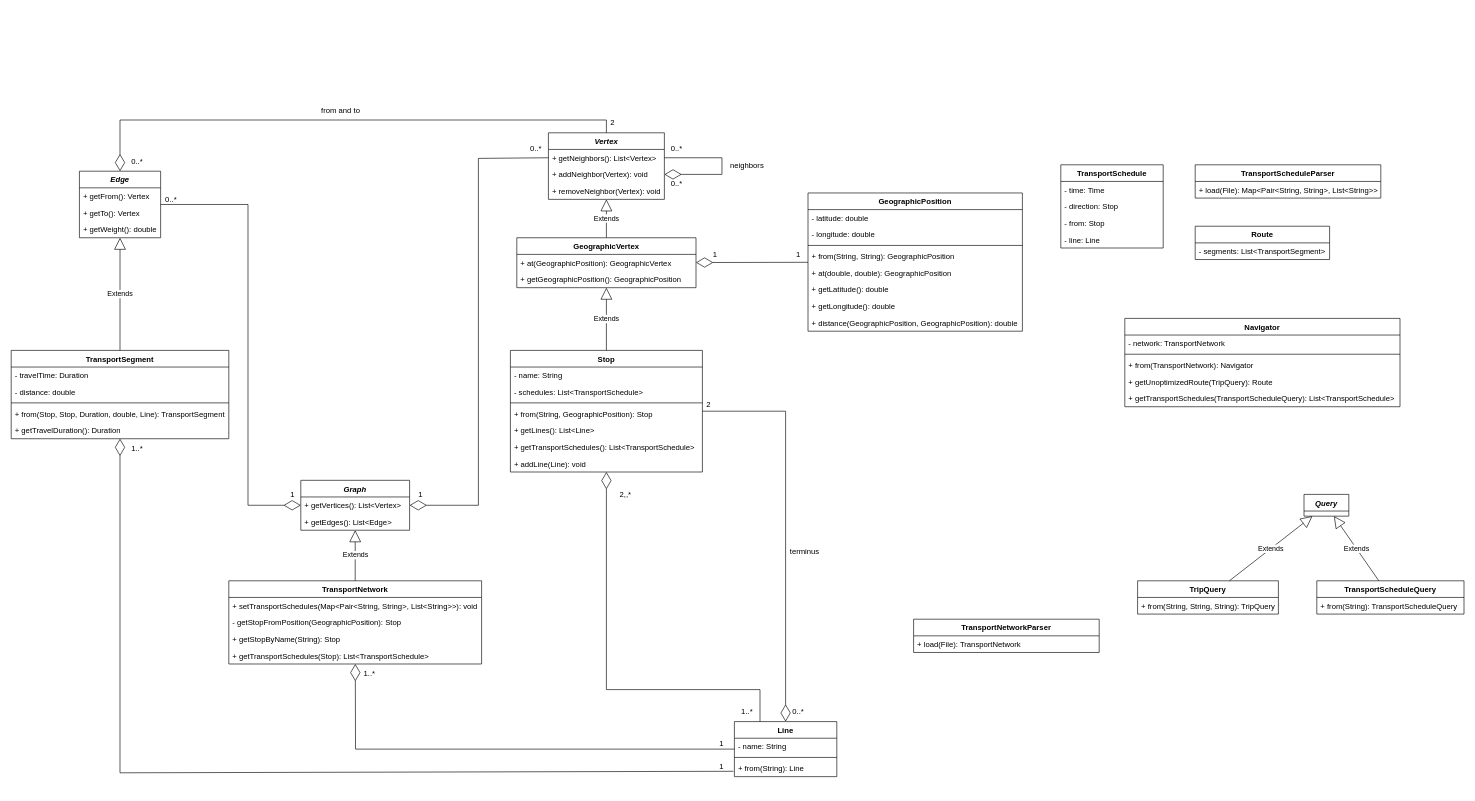
The draw.io diagram diagrams/model.drawio in adrian-heouairi/MoriaMap, before the edit. Source tidied: cells renumbered, new cells numbered last; positions are measured from the earlier drawing's top-left corner, leaving out a move shared by most shapes. Both pictures are drawn from the tidied source at 64%, with x=0, y=0 at pixel (11, 100).
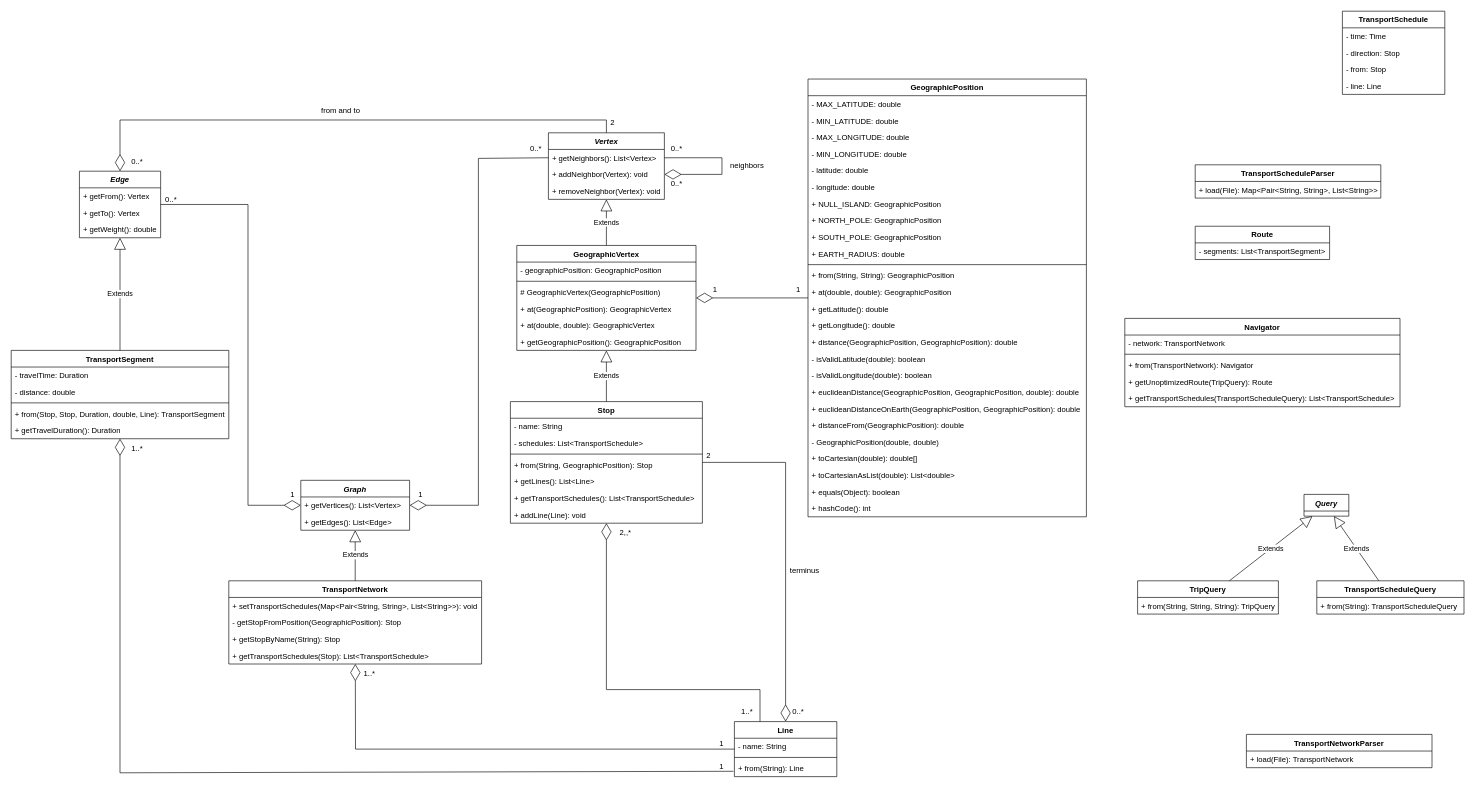
The same page after the edit.

Commit message (it also covers changes not shown here):
Implemented GeographicVertex class. Added parameter verification to add neighbor method in Vertex.

The change refers to these unchanged cells:
```xml
<mxCell id="67" value="Line" style="swimlane;fontStyle=1;align=center;verticalAlign=top;horizontal=1;startSize=26;" parent="1" vertex="1">
  <mxGeometry x="1130" y="970" width="160" height="86" as="geometry" />
</mxCell>
```

Change to the diagram source:
```diff
@@
     <mxCell id="13" value="TransportSchedule" style="swimlane;fontStyle=1;align=center;verticalAlign=top;horizontal=1;startSize=26;" parent="1" vertex="1">
-      <mxGeometry x="1640" y="100" width="160" height="130" as="geometry" />
+      <mxGeometry x="2080" y="-140" width="160" height="130" as="geometry" />
     </mxCell>
@@
     <mxCell id="18" value="Stop" style="swimlane;fontStyle=1;align=center;verticalAlign=top;horizontal=1;startSize=26;" parent="1" vertex="1">
-      <mxGeometry x="780" y="390" width="300" height="190" as="geometry" />
+      <mxGeometry x="780" y="470" width="300" height="190" as="geometry" />
     </mxCell>
@@
     <mxCell id="31" value="GeographicPosition" style="swimlane;fontStyle=1;align=center;verticalAlign=top;horizontal=1;startSize=26;" parent="1" vertex="1">
-      <mxGeometry x="1245" y="144" width="335" height="216" as="geometry" />
+      <mxGeometry x="1245" y="-34" width="435" height="684" as="geometry" />
     </mxCell>
+    <mxCell id="106" value="- MAX_LATITUDE: double" style="text;strokeColor=none;fillColor=none;align=left;verticalAlign=top;spacingLeft=4;spacingRight=4;overflow=hidden;" parent="31" vertex="1">
+      <mxGeometry y="26" width="435" height="26" as="geometry" />
+    </mxCell>
+    <mxCell id="107" value="- MIN_LATITUDE: double" style="text;strokeColor=none;fillColor=none;align=left;verticalAlign=top;spacingLeft=4;spacingRight=4;overflow=hidden;" parent="31" vertex="1">
+      <mxGeometry y="52" width="435" height="26" as="geometry" />
+    </mxCell>
+    <mxCell id="108" value="- MAX_LONGITUDE: double" style="text;strokeColor=none;fillColor=none;align=left;verticalAlign=top;spacingLeft=4;spacingRight=4;overflow=hidden;" parent="31" vertex="1">
+      <mxGeometry y="78" width="435" height="26" as="geometry" />
+    </mxCell>
+    <mxCell id="109" value="- MIN_LONGITUDE: double" style="text;strokeColor=none;fillColor=none;align=left;verticalAlign=top;spacingLeft=4;spacingRight=4;overflow=hidden;" parent="31" vertex="1">
+      <mxGeometry y="104" width="435" height="26" as="geometry" />
+    </mxCell>
     <mxCell id="32" value="- latitude: double" style="text;strokeColor=none;fillColor=none;align=left;verticalAlign=top;spacingLeft=4;spacingRight=4;overflow=hidden;" parent="31" vertex="1">
-      <mxGeometry y="26" width="335" height="26" as="geometry" />
+      <mxGeometry y="130" width="435" height="26" as="geometry" />
     </mxCell>
     <mxCell id="33" value="- longitude: double" style="text;strokeColor=none;fillColor=none;align=left;verticalAlign=top;spacingLeft=4;spacingRight=4;overflow=hidden;" parent="31" vertex="1">
-      <mxGeometry y="52" width="335" height="26" as="geometry" />
+      <mxGeometry y="156" width="435" height="26" as="geometry" />
     </mxCell>
+    <mxCell id="110" value="+ NULL_ISLAND: GeographicPosition" style="text;strokeColor=none;fillColor=none;align=left;verticalAlign=top;spacingLeft=4;spacingRight=4;overflow=hidden;" parent="31" vertex="1">
+      <mxGeometry y="182" width="435" height="26" as="geometry" />
+    </mxCell>
+    <mxCell id="111" value="+ NORTH_POLE: GeographicPosition" style="text;strokeColor=none;fillColor=none;align=left;verticalAlign=top;spacingLeft=4;spacingRight=4;overflow=hidden;" parent="31" vertex="1">
+      <mxGeometry y="208" width="435" height="26" as="geometry" />
+    </mxCell>
+    <mxCell id="112" value="+ SOUTH_POLE: GeographicPosition" style="text;strokeColor=none;fillColor=none;align=left;verticalAlign=top;spacingLeft=4;spacingRight=4;overflow=hidden;" parent="31" vertex="1">
+      <mxGeometry y="234" width="435" height="26" as="geometry" />
+    </mxCell>
+    <mxCell id="113" value="+ EARTH_RADIUS: double" style="text;strokeColor=none;fillColor=none;align=left;verticalAlign=top;spacingLeft=4;spacingRight=4;overflow=hidden;" parent="31" vertex="1">
+      <mxGeometry y="260" width="435" height="26" as="geometry" />
+    </mxCell>
     <mxCell id="34" style="line;strokeWidth=1;fillColor=none;align=left;verticalAlign=middle;spacingTop=-1;spacingLeft=3;spacingRight=3;labelPosition=right;strokeColor=inherit;" parent="31" vertex="1">
-      <mxGeometry y="78" width="335" height="8" as="geometry" />
+      <mxGeometry y="286" width="435" height="8" as="geometry" />
     </mxCell>
     <mxCell id="35" value="+ from(String, String): GeographicPosition" style="text;strokeColor=none;fillColor=none;align=left;verticalAlign=top;spacingLeft=4;spacingRight=4;overflow=hidden;" parent="31" vertex="1">
-      <mxGeometry y="86" width="335" height="26" as="geometry" />
+      <mxGeometry y="294" width="435" height="26" as="geometry" />
     </mxCell>
     <mxCell id="36" value="+ at(double, double): GeographicPosition" style="text;strokeColor=none;fillColor=none;align=left;verticalAlign=top;spacingLeft=4;spacingRight=4;overflow=hidden;" parent="31" vertex="1">
-      <mxGeometry y="112" width="335" height="26" as="geometry" />
+      <mxGeometry y="320" width="435" height="26" as="geometry" />
     </mxCell>
     <mxCell id="37" value="+ getLatitude(): double" style="text;strokeColor=none;fillColor=none;align=left;verticalAlign=top;spacingLeft=4;spacingRight=4;overflow=hidden;" parent="31" vertex="1">
-      <mxGeometry y="138" width="335" height="26" as="geometry" />
+      <mxGeometry y="346" width="435" height="26" as="geometry" />
     </mxCell>
     <mxCell id="38" value="+ getLongitude(): double" style="text;strokeColor=none;fillColor=none;align=left;verticalAlign=top;spacingLeft=4;spacingRight=4;overflow=hidden;" parent="31" vertex="1">
-      <mxGeometry y="164" width="335" height="26" as="geometry" />
+      <mxGeometry y="372" width="435" height="26" as="geometry" />
     </mxCell>
     <mxCell id="39" value="+ distance(GeographicPosition, GeographicPosition): double" style="text;strokeColor=none;fillColor=none;align=left;verticalAlign=top;spacingLeft=4;spacingRight=4;overflow=hidden;" parent="31" vertex="1">
-      <mxGeometry y="190" width="335" height="26" as="geometry" />
+      <mxGeometry y="398" width="435" height="26" as="geometry" />
     </mxCell>
+    <mxCell id="114" value="- isValidLatitude(double): boolean" style="text;strokeColor=none;fillColor=none;align=left;verticalAlign=top;spacingLeft=4;spacingRight=4;overflow=hidden;" parent="31" vertex="1">
+      <mxGeometry y="424" width="435" height="26" as="geometry" />
+    </mxCell>
+    <mxCell id="115" value="- isValidLongitude(double): boolean" style="text;strokeColor=none;fillColor=none;align=left;verticalAlign=top;spacingLeft=4;spacingRight=4;overflow=hidden;" parent="31" vertex="1">
+      <mxGeometry y="450" width="435" height="26" as="geometry" />
+    </mxCell>
+    <mxCell id="116" value="+ euclideanDistance(GeographicPosition, GeographicPosition, double): double" style="text;strokeColor=none;fillColor=none;align=left;verticalAlign=top;spacingLeft=4;spacingRight=4;overflow=hidden;" parent="31" vertex="1">
+      <mxGeometry y="476" width="435" height="26" as="geometry" />
+    </mxCell>
+    <mxCell id="117" value="+ euclideanDistanceOnEarth(GeographicPosition, GeographicPosition): double" style="text;strokeColor=none;fillColor=none;align=left;verticalAlign=top;spacingLeft=4;spacingRight=4;overflow=hidden;" parent="31" vertex="1">
+      <mxGeometry y="502" width="435" height="26" as="geometry" />
+    </mxCell>
+    <mxCell id="118" value="+ distanceFrom(GeographicPosition): double" style="text;strokeColor=none;fillColor=none;align=left;verticalAlign=top;spacingLeft=4;spacingRight=4;overflow=hidden;" parent="31" vertex="1">
+      <mxGeometry y="528" width="435" height="26" as="geometry" />
+    </mxCell>
+    <mxCell id="119" value="- GeographicPosition(double, double)" style="text;strokeColor=none;fillColor=none;align=left;verticalAlign=top;spacingLeft=4;spacingRight=4;overflow=hidden;" parent="31" vertex="1">
+      <mxGeometry y="554" width="435" height="26" as="geometry" />
+    </mxCell>
+    <mxCell id="120" value="+ toCartesian(double): double[]" style="text;strokeColor=none;fillColor=none;align=left;verticalAlign=top;spacingLeft=4;spacingRight=4;overflow=hidden;" parent="31" vertex="1">
+      <mxGeometry y="580" width="435" height="26" as="geometry" />
+    </mxCell>
+    <mxCell id="121" value="+ toCartesianAsList(double): List&lt;double&gt;" style="text;strokeColor=none;fillColor=none;align=left;verticalAlign=top;spacingLeft=4;spacingRight=4;overflow=hidden;" parent="31" vertex="1">
+      <mxGeometry y="606" width="435" height="26" as="geometry" />
+    </mxCell>
+    <mxCell id="122" value="+ equals(Object): boolean" style="text;strokeColor=none;fillColor=none;align=left;verticalAlign=top;spacingLeft=4;spacingRight=4;overflow=hidden;" parent="31" vertex="1">
+      <mxGeometry y="632" width="435" height="26" as="geometry" />
+    </mxCell>
+    <mxCell id="123" value="+ hashCode(): int" style="text;strokeColor=none;fillColor=none;align=left;verticalAlign=top;spacingLeft=4;spacingRight=4;overflow=hidden;" parent="31" vertex="1">
+      <mxGeometry y="658" width="435" height="26" as="geometry" />
+    </mxCell>
@@
     <mxCell id="65" value="TransportNetworkParser" style="swimlane;fontStyle=1;align=center;verticalAlign=top;horizontal=1;startSize=26;" parent="1" vertex="1">
-      <mxGeometry x="1410" y="810" width="290" height="52" as="geometry" />
+      <mxGeometry x="1930" y="990" width="290" height="52" as="geometry" />
     </mxCell>
@@
     <mxCell id="72" value="GeographicVertex" style="swimlane;fontStyle=1;align=center;verticalAlign=top;horizontal=1;startSize=26;" parent="1" vertex="1">
-      <mxGeometry x="790" y="214" width="280" height="78" as="geometry" />
+      <mxGeometry x="790" y="226" width="280" height="164" as="geometry" />
     </mxCell>
+    <mxCell id="124" value="- geographicPosition: GeographicPosition" style="text;strokeColor=none;fillColor=none;align=left;verticalAlign=top;spacingLeft=4;spacingRight=4;overflow=hidden;" parent="72" vertex="1">
+      <mxGeometry y="26" width="280" height="26" as="geometry" />
+    </mxCell>
+    <mxCell id="125" style="line;strokeWidth=1;fillColor=none;align=left;verticalAlign=middle;spacingTop=-1;spacingLeft=3;spacingRight=3;labelPosition=right;strokeColor=inherit;" parent="72" vertex="1">
+      <mxGeometry y="52" width="280" height="8" as="geometry" />
+    </mxCell>
+    <mxCell id="126" value="# GeographicVertex(GeographicPosition)" style="text;strokeColor=none;fillColor=none;align=left;verticalAlign=top;spacingLeft=4;spacingRight=4;overflow=hidden;" parent="72" vertex="1">
+      <mxGeometry y="60" width="280" height="26" as="geometry" />
+    </mxCell>
     <mxCell id="73" value="+ at(GeographicPosition): GeographicVertex" style="text;strokeColor=none;fillColor=none;align=left;verticalAlign=top;spacingLeft=4;spacingRight=4;overflow=hidden;" parent="72" vertex="1">
-      <mxGeometry y="26" width="280" height="26" as="geometry" />
+      <mxGeometry y="86" width="280" height="26" as="geometry" />
     </mxCell>
+    <mxCell id="127" value="+ at(double, double): GeographicVertex" style="text;strokeColor=none;fillColor=none;align=left;verticalAlign=top;spacingLeft=4;spacingRight=4;overflow=hidden;" parent="72" vertex="1">
+      <mxGeometry y="112" width="280" height="26" as="geometry" />
+    </mxCell>
     <mxCell id="74" value="+ getGeographicPosition(): GeographicPosition" style="text;strokeColor=none;fillColor=none;align=left;verticalAlign=top;spacingLeft=4;spacingRight=4;overflow=hidden;" parent="72" vertex="1">
-      <mxGeometry y="52" width="280" height="26" as="geometry" />
+      <mxGeometry y="138" width="280" height="26" as="geometry" />
     </mxCell>
@@
     <mxCell id="77" value="1" style="text;html=1;strokeColor=none;fillColor=none;align=center;verticalAlign=middle;whiteSpace=wrap;rounded=0;" parent="1" vertex="1">
-      <mxGeometry x="1200" y="226" width="60" height="30" as="geometry" />
+      <mxGeometry x="1200" y="280" width="60" height="30" as="geometry" />
     </mxCell>
     <mxCell id="78" value="1" style="text;html=1;strokeColor=none;fillColor=none;align=center;verticalAlign=middle;whiteSpace=wrap;rounded=0;" parent="1" vertex="1">
-      <mxGeometry x="1070" y="226" width="60" height="30" as="geometry" />
+      <mxGeometry x="1070" y="280" width="60" height="30" as="geometry" />
     </mxCell>
@@
     <mxCell id="80" style="endArrow=diamondThin;endFill=0;endSize=24;html=1;rounded=0;" parent="1" edge="1" source="18" target="67">
       <mxGeometry relative="1" as="geometry">
         <Array as="points">
-          <mxPoint x="1210" y="485" />
+          <mxPoint x="1210" y="565" />
         </Array>
       </mxGeometry>
     </mxCell>
     <mxCell id="81" value="2" style="text;html=1;strokeColor=none;fillColor=none;align=center;verticalAlign=middle;whiteSpace=wrap;rounded=0;" parent="1" vertex="1">
-      <mxGeometry x="1060" y="460" width="60" height="30" as="geometry" />
+      <mxGeometry x="1060" y="540" width="60" height="30" as="geometry" />
     </mxCell>
@@
     <mxCell id="83" value="terminus" style="text;html=1;strokeColor=none;fillColor=none;align=center;verticalAlign=middle;whiteSpace=wrap;rounded=0;" parent="1" vertex="1">
-      <mxGeometry x="1210" y="690" width="60" height="30" as="geometry" />
+      <mxGeometry x="1210" y="720" width="60" height="30" as="geometry" />
     </mxCell>
@@
     <mxCell id="105" value="2,,*" style="text;html=1;strokeColor=none;fillColor=none;align=center;verticalAlign=middle;whiteSpace=wrap;rounded=0;" parent="1" vertex="1">
-      <mxGeometry x="930" y="600" width="60" height="30" as="geometry" />
+      <mxGeometry x="930" y="660" width="60" height="30" as="geometry" />
     </mxCell>
```
